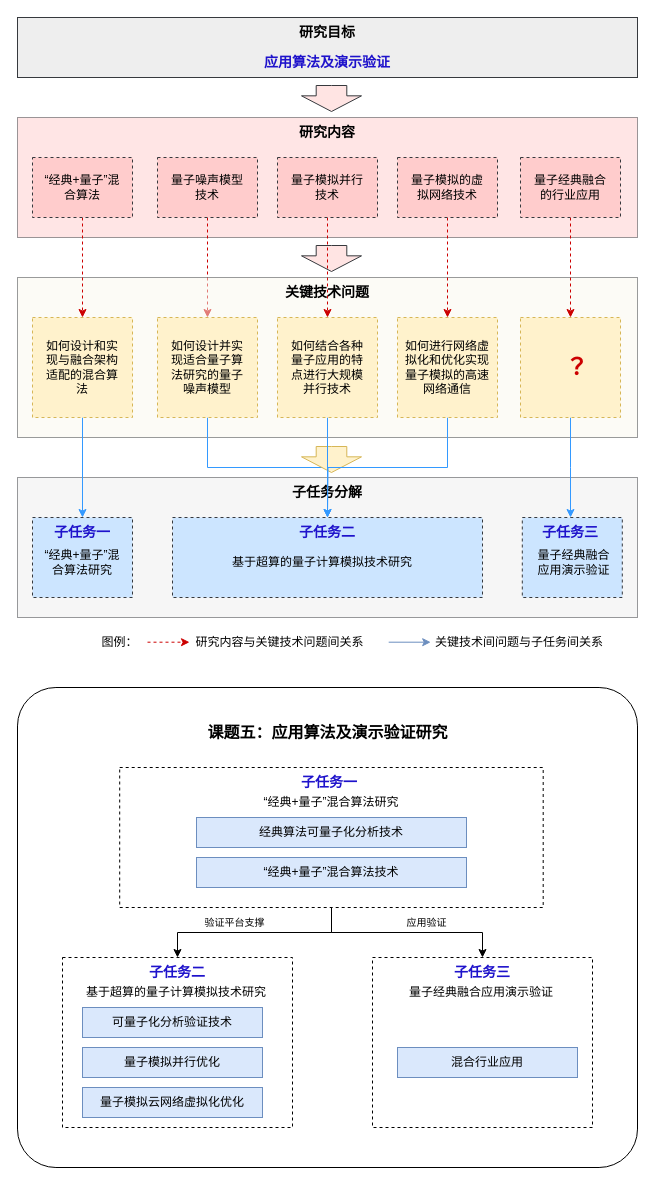
Before: 应用算法和演示验证（复旦）.drawio in zhaohuiyang-yzh/quantum_simulation, a draw.io diagram. Source tidied: cells renumbered, new cells numbered last; positions are measured from the earlier drawing's top-left corner, leaving out a move shared by most shapes. Both pictures are drawn from the tidied source at 100%, with x=0, y=0 at pixel (17, 17).
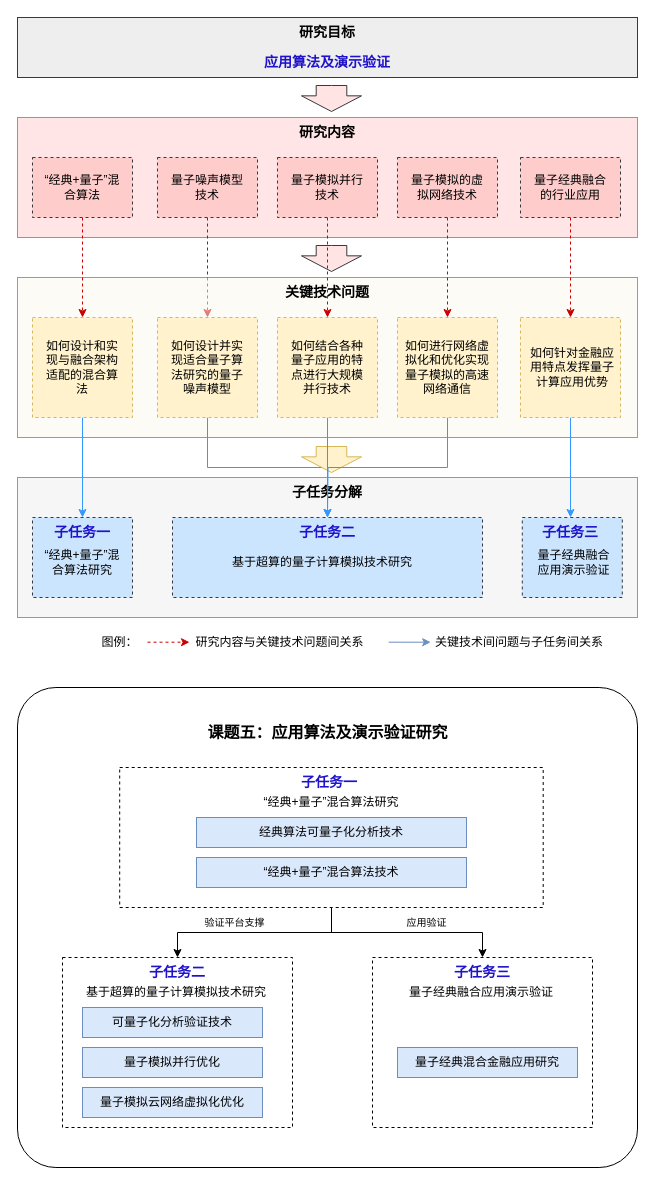
The same diagram, later.

Commit message:
更新应用算法和演示验证（复旦）.drawio

What changed in the source:
```diff
@@
-    <mxCell id="66" value="&lt;font size=&quot;1&quot; color=&quot;#cc0000&quot;&gt;&lt;b style=&quot;font-size: 23px;&quot;&gt;&amp;nbsp; ？&lt;/b&gt;&lt;/font&gt;" style="text;html=1;align=center;verticalAlign=middle;whiteSpace=wrap;rounded=0;" parent="1" vertex="1">
-      <mxGeometry x="513" y="317.5" width="80" height="65" as="geometry" />
-    </mxCell>
@@
-    <mxCell id="71" value="混合行业应用" style="rounded=0;whiteSpace=wrap;html=1;fillColor=#dae8fc;strokeColor=#6c8ebf;" parent="1" vertex="1">
+    <mxCell id="71" value="量子经典混合金融应用研究" style="rounded=0;whiteSpace=wrap;html=1;fillColor=#dae8fc;strokeColor=#6c8ebf;" parent="1" vertex="1">
       <mxGeometry x="380" y="1030" width="180" height="30" as="geometry" />
     </mxCell>
@@
+    <mxCell id="79" value="如何针对金融应用特点发挥量子计算应用优势" style="text;html=1;align=center;verticalAlign=middle;whiteSpace=wrap;rounded=0;" parent="1" vertex="1">
+      <mxGeometry x="510.2" y="317.5" width="90" height="65" as="geometry" />
+    </mxCell>
```
